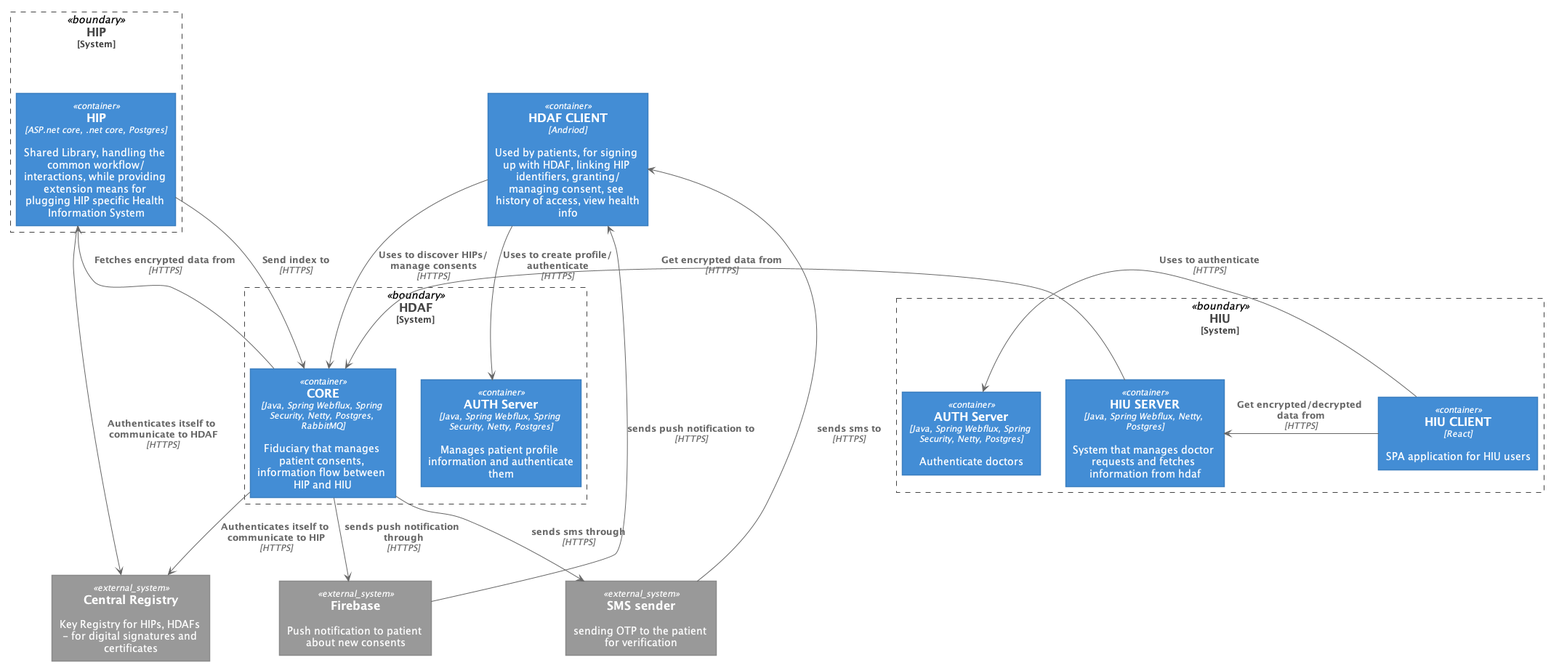
This is docs/diagrams/architecture.png from ProjectEKA/consent-manager, a PlantUML export, as it was before one commit.
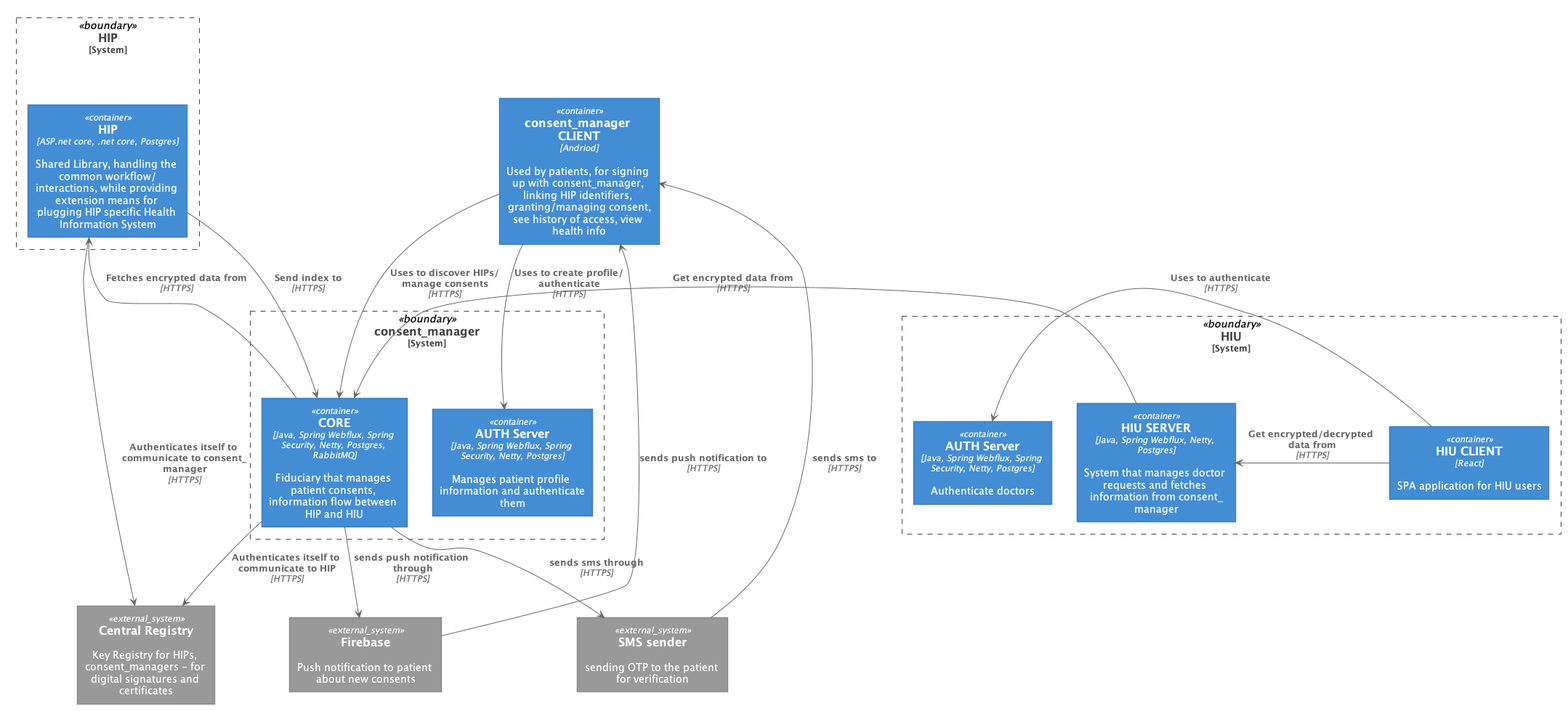
After the commit.

Change to the diagram source:
```diff
@@ -137,11 +137,11 @@
 
 top to bottom direction
 
-rectangle "==HDAF CLIENT\n//<size:12>[Andriod]</size>//\n\n Used by patients, for signing up with HDAF, linking HIP identifiers, granting/managing consent, see history of access, view health info" <<container>> as hdaf_client
+rectangle "==consent_manager CLIENT\n//<size:12>[Andriod]</size>//\n\n Used by patients, for signing up with consent_manager, linking HIP identifiers, granting/managing consent, see history of access, view health info" <<container>> as consent_manager_client
 
-rectangle "==HDAF\n<size:12>[System]</size>" <<boundary>> as c1 {
-    rectangle "==AUTH Server\n//<size:12>[Java, Spring Webflux, Spring Security, Netty, Postgres]</size>//\n\n Manages patient profile information and authenticate them" <<container>> as hdaf_auth
-    rectangle "==CORE\n//<size:12>[Java, Spring Webflux, Spring Security, Netty, Postgres, RabbitMQ]</size>//\n\n Fiduciary that manages patient consents, information flow between HIP and HIU" <<container>> as hdaf_core
+rectangle "==consent_manager\n<size:12>[System]</size>" <<boundary>> as c1 {
+    rectangle "==AUTH Server\n//<size:12>[Java, Spring Webflux, Spring Security, Netty, Postgres]</size>//\n\n Manages patient profile information and authenticate them" <<container>> as consent_manager_auth
+    rectangle "==CORE\n//<size:12>[Java, Spring Webflux, Spring Security, Netty, Postgres, RabbitMQ]</size>//\n\n Fiduciary that manages patient consents, information flow between HIP and HIU" <<container>> as consent_manager_core
 }
 
 rectangle "==HIP\n<size:12>[System]</size>" <<boundary>> as c2 {
@@ -150,26 +150,26 @@
 
 rectangle "==HIU\n<size:12>[System]</size>" <<boundary>> as c3 {
     rectangle "==AUTH Server\n//<size:12>[Java, Spring Webflux, Spring Security, Netty, Postgres]</size>//\n\n Authenticate doctors" <<container>> as hiu_auth
-    rectangle "==HIU SERVER\n//<size:12>[Java, Spring Webflux, Netty, Postgres]</size>//\n\n System that manages doctor requests and fetches information from hdaf" <<container>> as hiu_server
+    rectangle "==HIU SERVER\n//<size:12>[Java, Spring Webflux, Netty, Postgres]</size>//\n\n System that manages doctor requests and fetches information from consent_manager" <<container>> as hiu_server
     rectangle "==HIU CLIENT\n//<size:12>[React]</size>//\n\n SPA application for HIU users" <<container>> as hiu_client
 }
 
-rectangle "==Central Registry\n\n Key Registry for HIPs, HDAFs - for digital signatures and certificates" <<external_system>> as registry
+rectangle "==Central Registry\n\n Key Registry for HIPs, consent_managers - for digital signatures and certificates" <<external_system>> as registry
 rectangle "==Firebase\n\n Push notification to patient about new consents" <<external_system>> as firebase
 rectangle "==SMS sender\n\n sending OTP to the patient for verification" <<external_system>> as sms_service
 
-hdaf_client -DOWN-> hdaf_auth : "===Uses to create profile/authenticate\n//<size:12>[HTTPS]</size>//"
-hdaf_client -DOWN-> hdaf_core : "===Uses to discover HIPs/manage consents\n//<size:12>[HTTPS]</size>//"
-hdaf_core -LEFT-> hip : "===Fetches encrypted data from\n//<size:12>[HTTPS]</size>//"
-hip --> hdaf_core : "===Send index to\n//<size:12>[HTTPS]</size>//"
-hiu_server -LEFT-> hdaf_core : "===Get encrypted data from\n//<size:12>[HTTPS]</size>//"
+consent_manager_client -DOWN-> consent_manager_auth : "===Uses to create profile/authenticate\n//<size:12>[HTTPS]</size>//"
+consent_manager_client -DOWN-> consent_manager_core : "===Uses to discover HIPs/manage consents\n//<size:12>[HTTPS]</size>//"
+consent_manager_core -LEFT-> hip : "===Fetches encrypted data from\n//<size:12>[HTTPS]</size>//"
+hip --> consent_manager_core : "===Send index to\n//<size:12>[HTTPS]</size>//"
+hiu_server -LEFT-> consent_manager_core : "===Get encrypted data from\n//<size:12>[HTTPS]</size>//"
 hiu_client -LEFT-> hiu_server : "===Get encrypted/decrypted data from\n//<size:12>[HTTPS]</size>//"
 hiu_client -LEFT-> hiu_auth : "===Uses to authenticate\n//<size:12>[HTTPS]</size>//"
-hip -DOWN-> registry : "===Authenticates itself to communicate to HDAF\n//<size:12>[HTTPS]</size>//"
-hdaf_core -DOWN-> registry : "===Authenticates itself to communicate to HIP\n//<size:12>[HTTPS]</size>//"
-hdaf_core -DOWN-> firebase : "===sends push notification through\n//<size:12>[HTTPS]</size>//"
-hdaf_core -DOWN-> sms_service : "===sends sms through\n//<size:12>[HTTPS]</size>//"
-firebase -UP-> hdaf_client : "===sends push notification to\n//<size:12>[HTTPS]</size>//"
-sms_service -UP-> hdaf_client : "===sends sms to\n//<size:12>[HTTPS]</size>//"
+hip -DOWN-> registry : "===Authenticates itself to communicate to consent_manager\n//<size:12>[HTTPS]</size>//"
+consent_manager_core -DOWN-> registry : "===Authenticates itself to communicate to HIP\n//<size:12>[HTTPS]</size>//"
+consent_manager_core -DOWN-> firebase : "===sends push notification through\n//<size:12>[HTTPS]</size>//"
+consent_manager_core -DOWN-> sms_service : "===sends sms through\n//<size:12>[HTTPS]</size>//"
+firebase -UP-> consent_manager_client : "===sends push notification to\n//<size:12>[HTTPS]</size>//"
+sms_service -UP-> consent_manager_client : "===sends sms to\n//<size:12>[HTTPS]</size>//"
 
 @enduml
```
